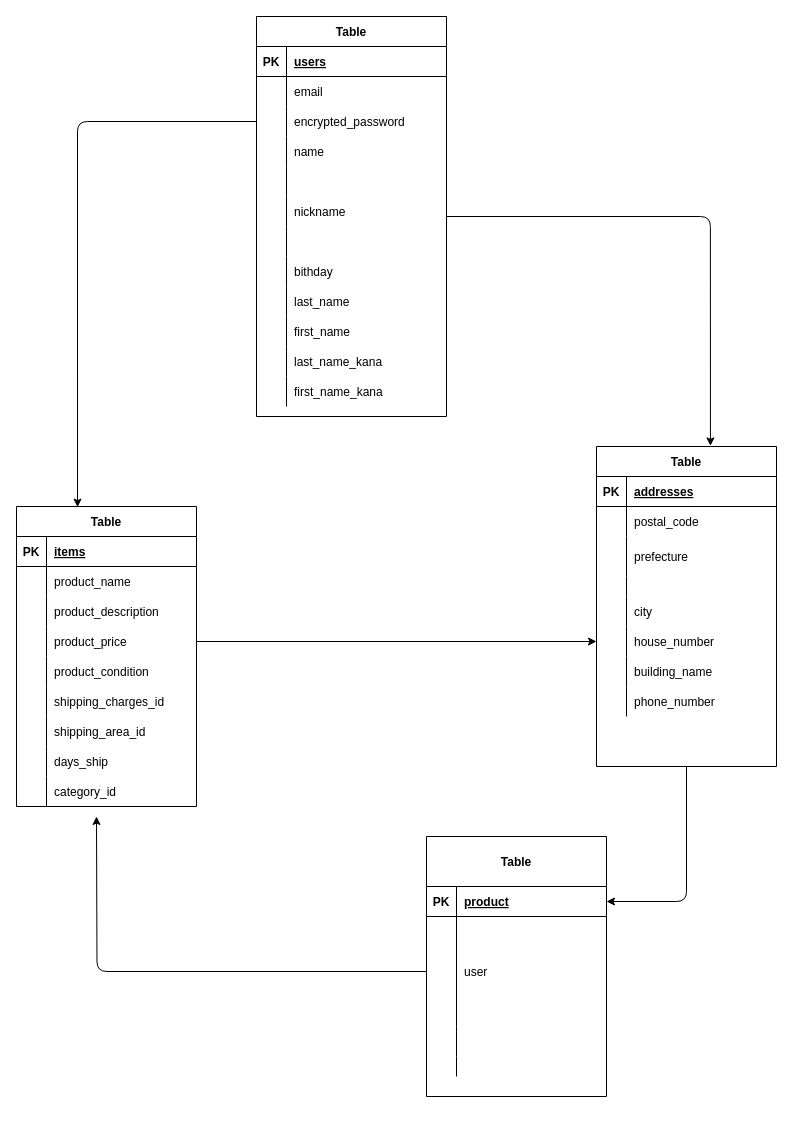
Above: furima-35007.dio in Tatsuki5179/furima-35007 (draw.io), before the change. Source tidied: cells renumbered, new cells numbered last; positions are measured from the earlier drawing's top-left corner, leaving out a move shared by most shapes. Both pictures are drawn from the tidied source at 100%, with x=0, y=0 at pixel (16, 16).
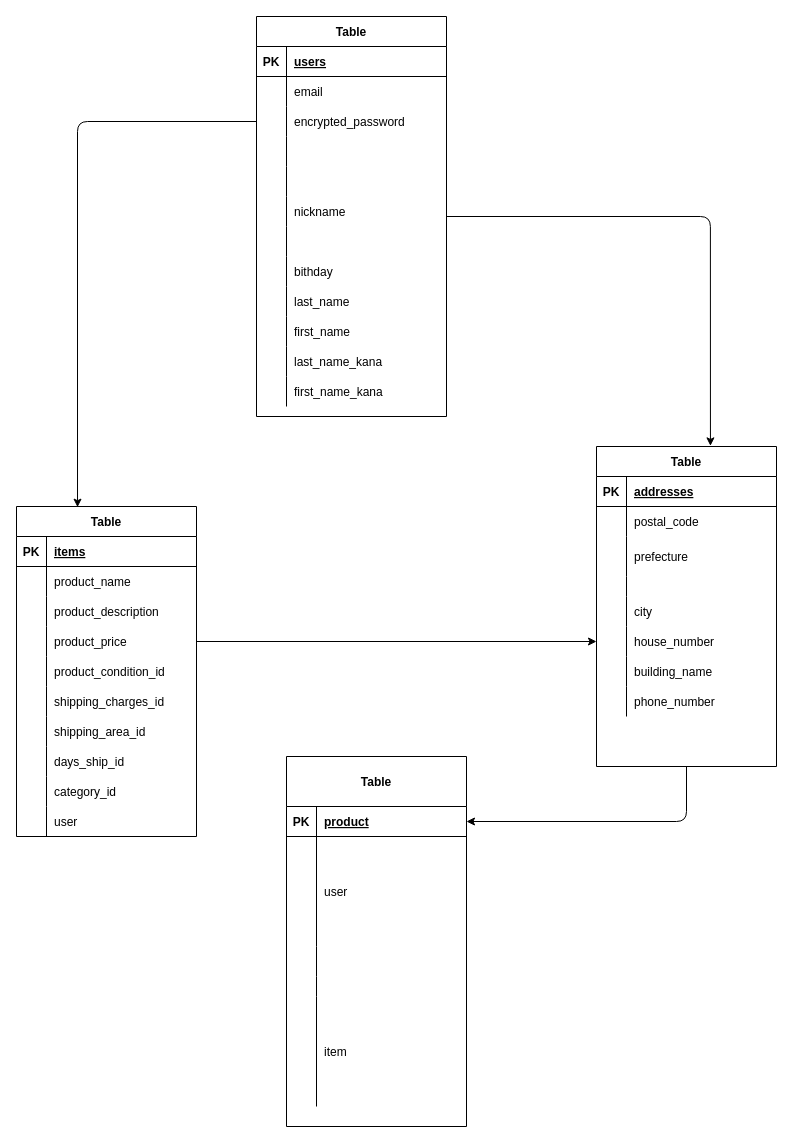
After the change.

The change refers to these unchanged cells:
```xml
<mxCell id="15" style="shape=partialRectangle;fillColor=none;top=0;left=0;bottom=0;right=0;" parent="2" vertex="1">
  <mxGeometry y="150" width="180" height="30" as="geometry" />
</mxCell>
<mxCell id="24" style="shape=partialRectangle;fillColor=none;top=0;left=0;bottom=0;right=0;" parent="2" vertex="1">
  <mxGeometry y="240" width="180" height="30" as="geometry" />
</mxCell>
<mxCell id="67" style="shape=partialRectangle;fillColor=none;top=0;left=0;bottom=0;right=0;" parent="57" vertex="1">
  <mxGeometry y="120" width="190" height="30" as="geometry" />
</mxCell>
<mxCell id="100" style="shape=partialRectangle;fillColor=none;top=0;left=0;bottom=0;right=0;points=[[0,0.5],[1,0.5]];portConstraint=eastwest;" parent="96" vertex="1">
  <mxGeometry y="80" width="180" height="110" as="geometry" />
</mxCell>
```

Change to the diagram source:
```diff
@@
     <mxCell id="2" value="Table" style="shape=table;startSize=30;childLayout=tableLayout;rowLines=0;fontStyle=1;align=center;rounded=0;sketch=0;" parent="1" vertex="1">
-      <mxGeometry y="490" width="180" height="300" as="geometry" />
+      <mxGeometry y="490" width="180" height="330" as="geometry" />
     </mxCell>
@@
-    <mxCell id="17" value="product_condition" style="shape=partialRectangle;fillColor=none;top=0;left=0;bottom=0;right=0;align=left;spacingLeft=6;overflow=hidden;" parent="15" vertex="1">
+    <mxCell id="17" value="product_condition_id" style="shape=partialRectangle;fillColor=none;top=0;left=0;bottom=0;right=0;align=left;spacingLeft=6;overflow=hidden;" parent="15" vertex="1">
       <mxGeometry x="30" width="150" height="30" as="geometry" />
     </mxCell>
@@
-    <mxCell id="26" value="days_ship" style="shape=partialRectangle;fillColor=none;top=0;left=0;bottom=0;right=0;align=left;spacingLeft=6;overflow=hidden;" parent="24" vertex="1">
+    <mxCell id="26" value="days_ship_id" style="shape=partialRectangle;fillColor=none;top=0;left=0;bottom=0;right=0;align=left;spacingLeft=6;overflow=hidden;" parent="24" vertex="1">
       <mxGeometry x="30" width="150" height="30" as="geometry" />
     </mxCell>
@@
+    <mxCell id="110" style="shape=partialRectangle;fillColor=none;top=0;left=0;bottom=0;right=0;" parent="2" vertex="1">
+      <mxGeometry y="300" width="180" height="30" as="geometry" />
+    </mxCell>
+    <mxCell id="111" style="shape=partialRectangle;fillColor=none;top=0;left=0;bottom=0;right=0;overflow=hidden;" parent="110" vertex="1">
+      <mxGeometry width="30" height="30" as="geometry" />
+    </mxCell>
+    <mxCell id="112" value="user" style="shape=partialRectangle;fillColor=none;top=0;left=0;bottom=0;right=0;align=left;spacingLeft=6;overflow=hidden;" parent="110" vertex="1">
+      <mxGeometry x="30" width="150" height="30" as="geometry" />
+    </mxCell>
@@
-    <mxCell id="69" value="name" style="shape=partialRectangle;fillColor=none;top=0;left=0;bottom=0;right=0;align=left;spacingLeft=6;overflow=hidden;" parent="67" vertex="1">
+    <mxCell id="69" style="shape=partialRectangle;fillColor=none;top=0;left=0;bottom=0;right=0;align=left;spacingLeft=6;overflow=hidden;" parent="67" vertex="1">
       <mxGeometry x="30" width="160" height="30" as="geometry" />
     </mxCell>
@@
     <mxCell id="96" value="Table" style="shape=table;startSize=50;childLayout=tableLayout;rowLines=0;fontStyle=1;align=center;rounded=0;sketch=0;" parent="1" vertex="1">
-      <mxGeometry x="410" y="820" width="180" height="260" as="geometry" />
+      <mxGeometry x="270" y="740" width="180" height="370" as="geometry" />
     </mxCell>
@@
-    <mxCell id="109" style="edgeStyle=orthogonalEdgeStyle;curved=0;rounded=1;sketch=0;jettySize=auto;html=1;" parent="1" edge="1" source="100">
-      <mxGeometry relative="1" as="geometry">
-        <mxPoint x="80" y="800" as="targetPoint" />
-      </mxGeometry>
-    </mxCell>
+    <mxCell id="113" style="shape=partialRectangle;fillColor=none;top=0;left=0;bottom=0;right=0;" parent="96" vertex="1">
+      <mxGeometry y="240" width="180" height="110" as="geometry" />
+    </mxCell>
+    <mxCell id="114" style="shape=partialRectangle;fillColor=none;top=0;left=0;bottom=0;right=0;overflow=hidden;" parent="113" vertex="1">
+      <mxGeometry width="30" height="110" as="geometry" />
+    </mxCell>
+    <mxCell id="115" value="item" style="shape=partialRectangle;fillColor=none;top=0;left=0;bottom=0;right=0;align=left;spacingLeft=6;overflow=hidden;" parent="113" vertex="1">
+      <mxGeometry x="30" width="150" height="110" as="geometry" />
+    </mxCell>
```
